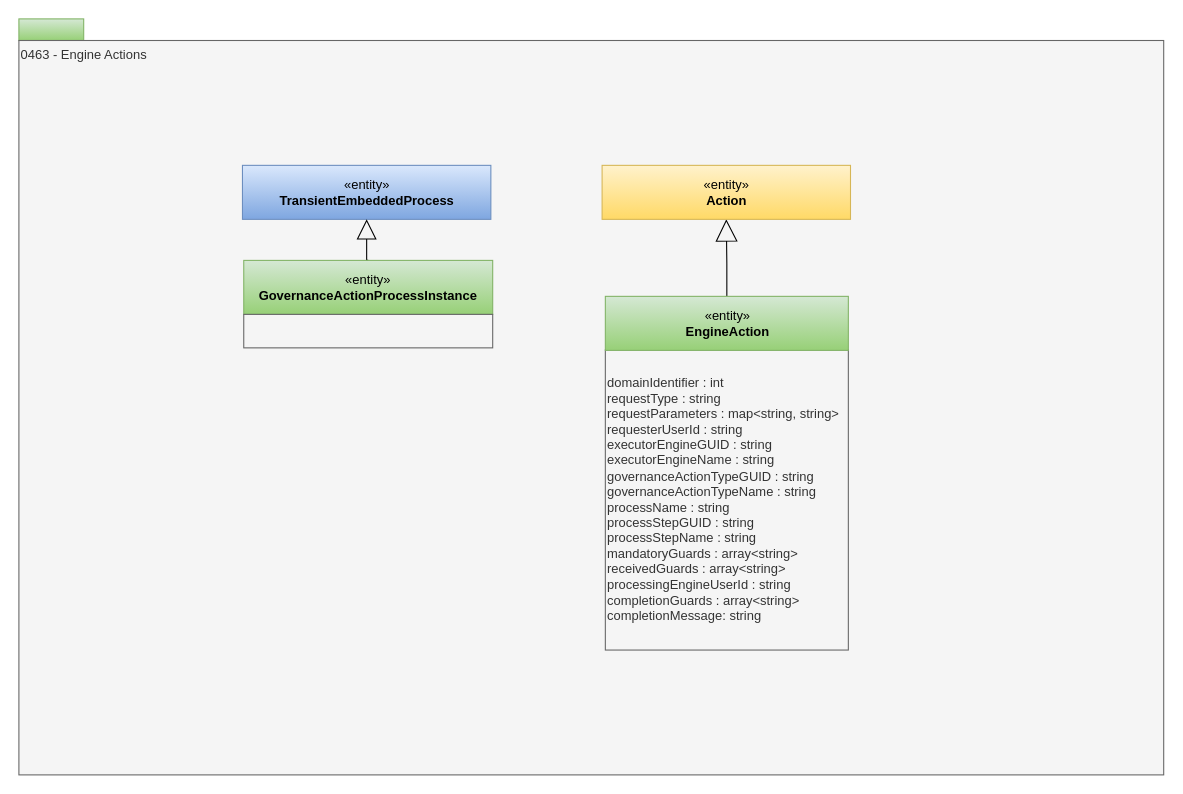
This is page "0463-Engine-Actions" (23 of 30) of site/docs/types/4/area-4-governance.drawio from odpi/egeria-docs, a draw.io file, before an edit. Source tidied: cells renumbered, new cells numbered last; positions are measured from the earlier drawing's top-left corner, leaving out a move shared by most shapes. Both pictures are drawn from the tidied source at 108%, with x=0, y=0 at pixel (18, 18).
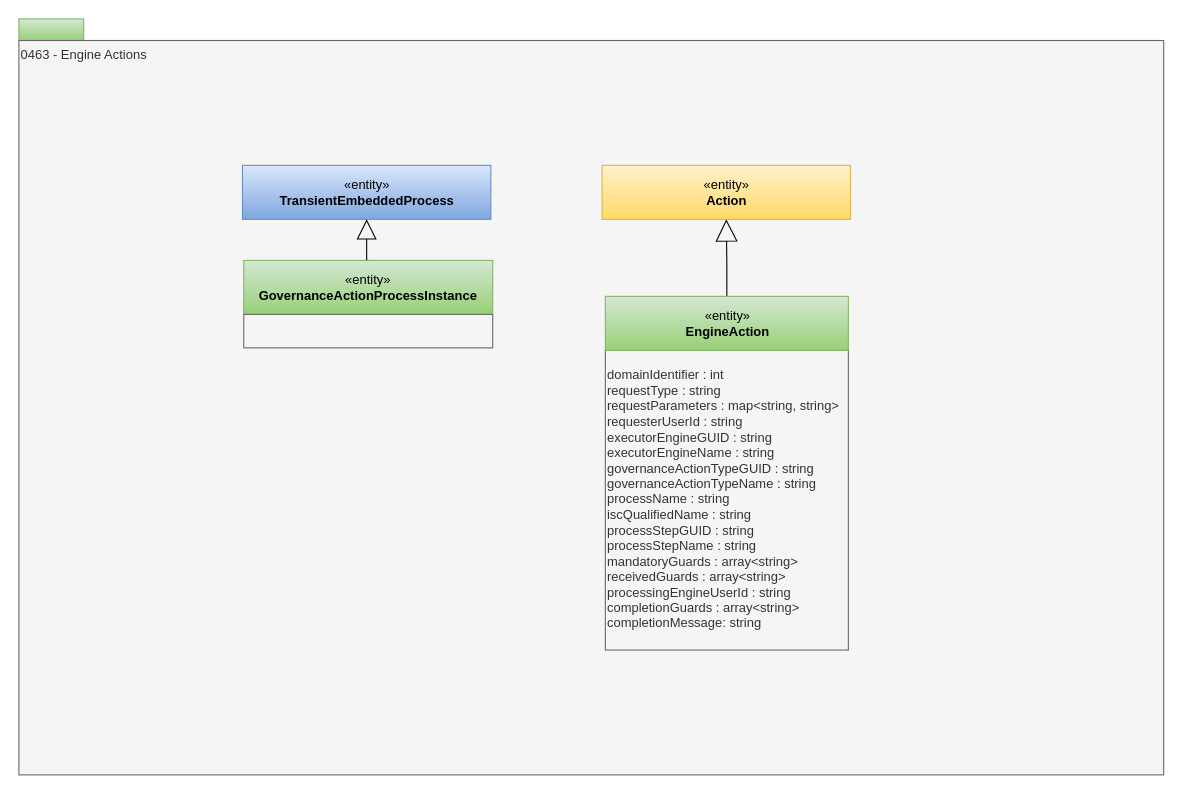
Above is the later version.

The edit, as a diff of the source:
```diff
@@
 <mxGraphModel>
   <root>
     <mxCell id="0" />
     <mxCell id="1" parent="0" />
     <mxCell id="2" style="rounded=0;whiteSpace=wrap;html=1;align=left;fillColor=#d5e8d4;strokeColor=#82b366;gradientColor=#97d077;" parent="1" vertex="1">
       <mxGeometry width="60" height="20" as="geometry" />
     </mxCell>
     <mxCell id="3" value="0463 - Engine Actions" style="rounded=0;html=1;align=left;verticalAlign=top;fillColor=#f5f5f5;fontColor=#333333;strokeColor=#666666;" parent="1" vertex="1">
       <mxGeometry y="20" width="1060" height="680" as="geometry" />
     </mxCell>
-    <mxCell id="4" value="domainIdentifier : int&lt;br&gt;requestType : string&lt;br&gt;requestParameters : map&amp;lt;string, string&amp;gt;&lt;br&gt;requesterUserId : string&lt;br&gt;executorEngineGUID : string&lt;br&gt;executorEngineName : string&lt;br&gt;governanceActionTypeGUID : string&lt;br&gt;governanceActionTypeName : string&lt;br&gt;processName : string&lt;br&gt;processStepGUID : string&lt;br&gt;processStepName : string&lt;br&gt;mandatoryGuards : array&amp;lt;string&amp;gt;&lt;br&gt;receivedGuards : array&amp;lt;string&amp;gt;&lt;br&gt;processingEngineUserId : string&lt;br&gt;completionGuards : array&amp;lt;string&amp;gt;&lt;br&gt;&lt;span&gt;completionMessage: string&lt;br&gt;&lt;/span&gt;" style="rounded=0;whiteSpace=wrap;html=1;strokeColor=#666666;align=left;fillColor=#f5f5f5;fontColor=#333333;" parent="1" vertex="1">
+    <mxCell id="4" value="domainIdentifier : int&lt;br&gt;requestType : string&lt;br&gt;requestParameters : map&amp;lt;string, string&amp;gt;&lt;br&gt;requesterUserId : string&lt;br&gt;executorEngineGUID : string&lt;br&gt;executorEngineName : string&lt;br&gt;governanceActionTypeGUID : string&lt;br&gt;governanceActionTypeName : string&lt;br&gt;processName : string&lt;div&gt;iscQualifiedName : string&lt;br&gt;processStepGUID : string&lt;br&gt;processStepName : string&lt;br&gt;mandatoryGuards : array&amp;lt;string&amp;gt;&lt;br&gt;receivedGuards : array&amp;lt;string&amp;gt;&lt;br&gt;processingEngineUserId : string&lt;br&gt;completionGuards : array&amp;lt;string&amp;gt;&lt;br&gt;&lt;span&gt;completionMessage: string&lt;br&gt;&lt;/span&gt;&lt;/div&gt;" style="rounded=0;whiteSpace=wrap;html=1;strokeColor=#666666;align=left;fillColor=#f5f5f5;fontColor=#333333;" parent="1" vertex="1">
       <mxGeometry x="543" y="306.4" width="225" height="278" as="geometry" />
     </mxCell>
     <mxCell id="5" style="edgeStyle=orthogonalEdgeStyle;rounded=0;jettySize=auto;html=1;exitX=0.5;exitY=0;exitDx=0;exitDy=0;endArrow=block;endFill=0;strokeWidth=1;endSize=18;" parent="1" edge="1" source="6" target="7">
       <mxGeometry relative="1" as="geometry" />
     </mxCell>
     <mxCell id="6" value="«entity»&lt;br&gt;&lt;b&gt;EngineAction&lt;/b&gt;" style="html=1;strokeColor=#82b366;align=center;fillColor=#d5e8d4;gradientColor=#97d077;" parent="1" vertex="1">
       <mxGeometry x="543" y="256.9" width="225" height="50" as="geometry" />
     </mxCell>
     <mxCell id="7" value="«entity»&lt;br&gt;&lt;b&gt;Action&lt;/b&gt;" style="html=1;strokeColor=#d6b656;align=center;fillColor=#fff2cc;gradientColor=#ffd966;" parent="1" vertex="1">
       <mxGeometry x="540" y="135.6" width="230" height="50" as="geometry" />
     </mxCell>
     <mxCell id="8" value="«entity»&lt;br&gt;&lt;b&gt;TransientEmbeddedProcess&lt;/b&gt;" style="html=1;strokeColor=#6c8ebf;align=center;fillColor=#dae8fc;gradientColor=#7ea6e0;" parent="1" vertex="1">
       <mxGeometry x="207" y="135.6" width="230" height="50" as="geometry" />
     </mxCell>
     <mxCell id="9" style="edgeStyle=orthogonalEdgeStyle;rounded=0;jettySize=auto;html=1;entryX=0.5;entryY=1;entryDx=0;entryDy=0;endArrow=block;endFill=0;endSize=16;exitX=0.5;exitY=0;exitDx=0;exitDy=0;" parent="1" edge="1" source="10" target="8">
       <mxGeometry relative="1" as="geometry" />
     </mxCell>
     <mxCell id="10" value="«entity»&lt;br&gt;&lt;b&gt;GovernanceActionProcessInstance&lt;/b&gt;" style="html=1;strokeColor=#82b366;align=center;fillColor=#d5e8d4;gradientColor=#97d077;" parent="1" vertex="1">
       <mxGeometry x="208.2" y="223.6" width="230.5" height="50" as="geometry" />
     </mxCell>
     <mxCell id="11" style="rounded=0;whiteSpace=wrap;html=1;strokeColor=#666666;align=left;fillColor=#f5f5f5;fontColor=#333333;" parent="1" vertex="1">
       <mxGeometry x="208.2" y="273.6" width="230.5" height="31" as="geometry" />
     </mxCell>
   </root>
 </mxGraphModel>
```
